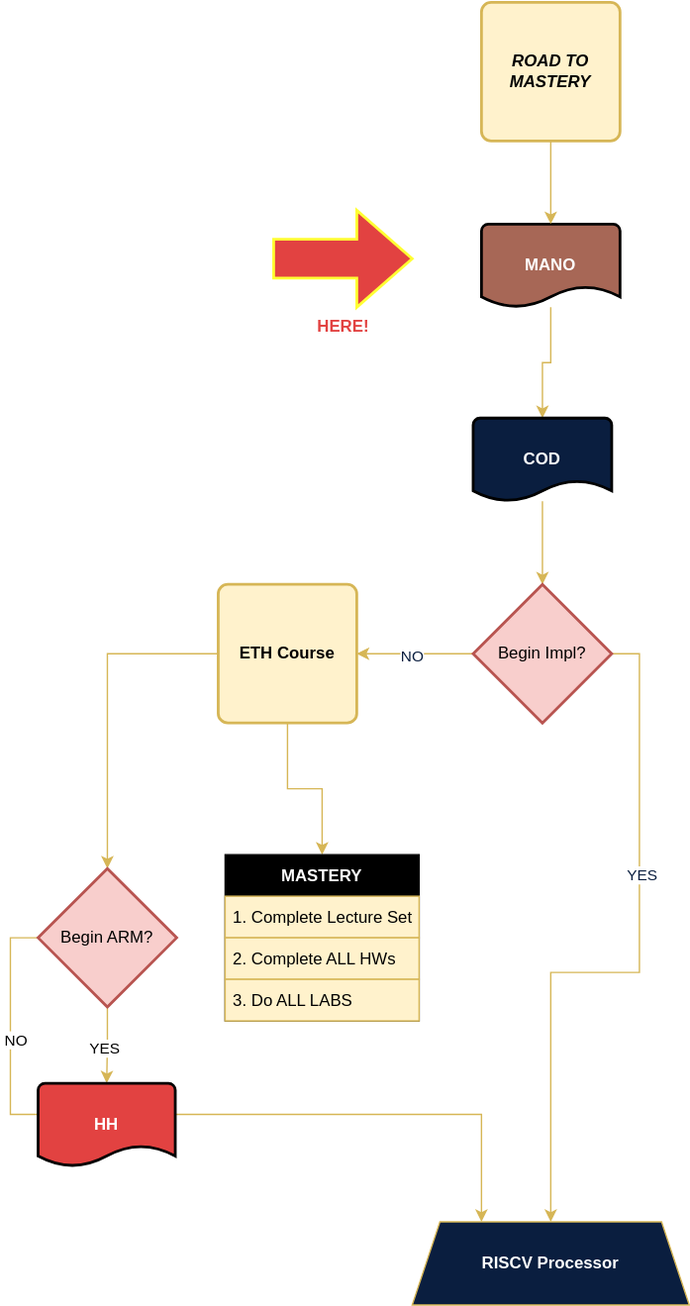
m0sys/nand-tools keeps this draw.io diagram as risc_v_plan.drawio.svg. Above is the earlier version. Source tidied: cells renumbered, new cells last; positions are measured from the earlier drawing's top-left corner, leaving out a move shared by most shapes.
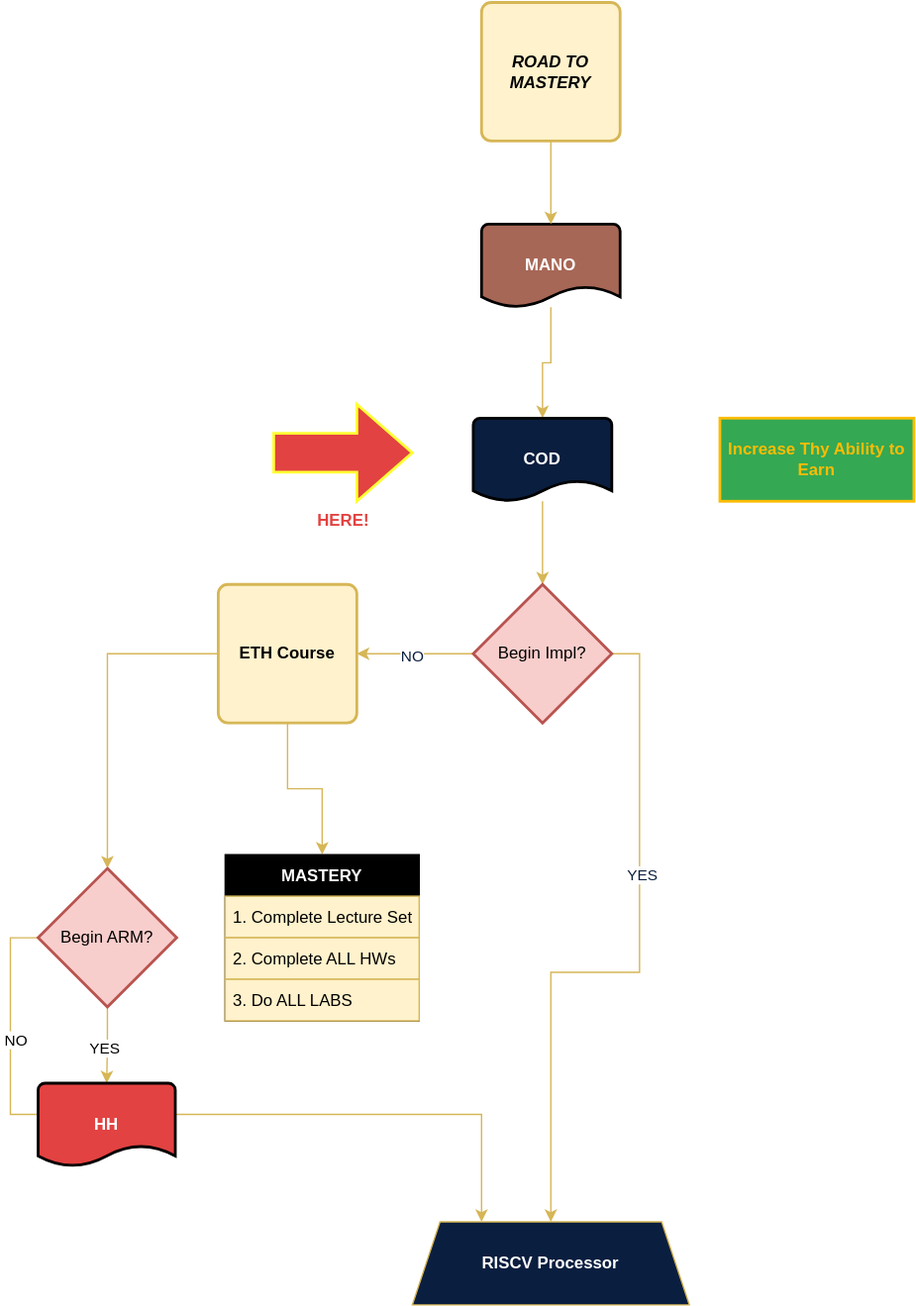
Above is the later version.

The edit, as a diff of the source:
```diff
@@ -78,7 +78,10 @@
       <mxGeometry x="320" width="100" height="100" as="geometry" />
     </mxCell>
     <mxCell id="27" value="HERE!" style="verticalLabelPosition=bottom;verticalAlign=top;html=1;strokeWidth=2;shape=mxgraph.arrows2.arrow;dy=0.6;dx=40;notch=0;fillColor=#E24241;fontStyle=1;strokeColor=#FFFF33;fontColor=#E24241;" parent="1" vertex="1">
-      <mxGeometry x="170" y="150" width="100" height="70" as="geometry" />
+      <mxGeometry x="170" y="290" width="100" height="70" as="geometry" />
     </mxCell>
+    <mxCell id="28" value="Increase Thy Ability to Earn" style="rounded=0;whiteSpace=wrap;html=1;fillColor=#34a853;fontColor=#fbbc04;strokeColor=#FBBC04;strokeWidth=2;fontStyle=1;" parent="1" vertex="1">
+      <mxGeometry x="492" y="300" width="140" height="60" as="geometry" />
+    </mxCell>
   </root>
 </mxGraphModel>
```
